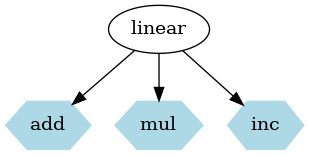
Before: doc/images/linear.png, a diagram exported from Graphviz (dnanexus/dxWDL). Its source is kept beside it as doc/images/linear.gv. Its diagram source:
```dot
digraph G {
        linear [shape=ellipse];
        add [shape=polygon, sides=6; color=lightblue, style=filled];
        mul [shape=polygon, sides=6; color=lightblue, style=filled];
        inc [shape=polygon, sides=6; color=lightblue, style=filled];

        linear -> add;
        linear -> mul;
        linear -> inc;
}
```
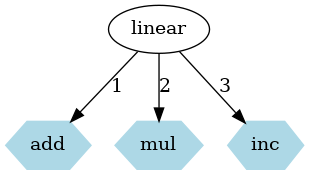
After the change.

What changed in the source:
```diff
@@ -4,7 +4,7 @@
         mul [shape=polygon, sides=6; color=lightblue, style=filled];
         inc [shape=polygon, sides=6; color=lightblue, style=filled];
 
-        linear -> add;
-        linear -> mul;
-        linear -> inc;
+        linear -> add [label=1];
+        linear -> mul [label=2];
+        linear -> inc [label=3];
 }
```
